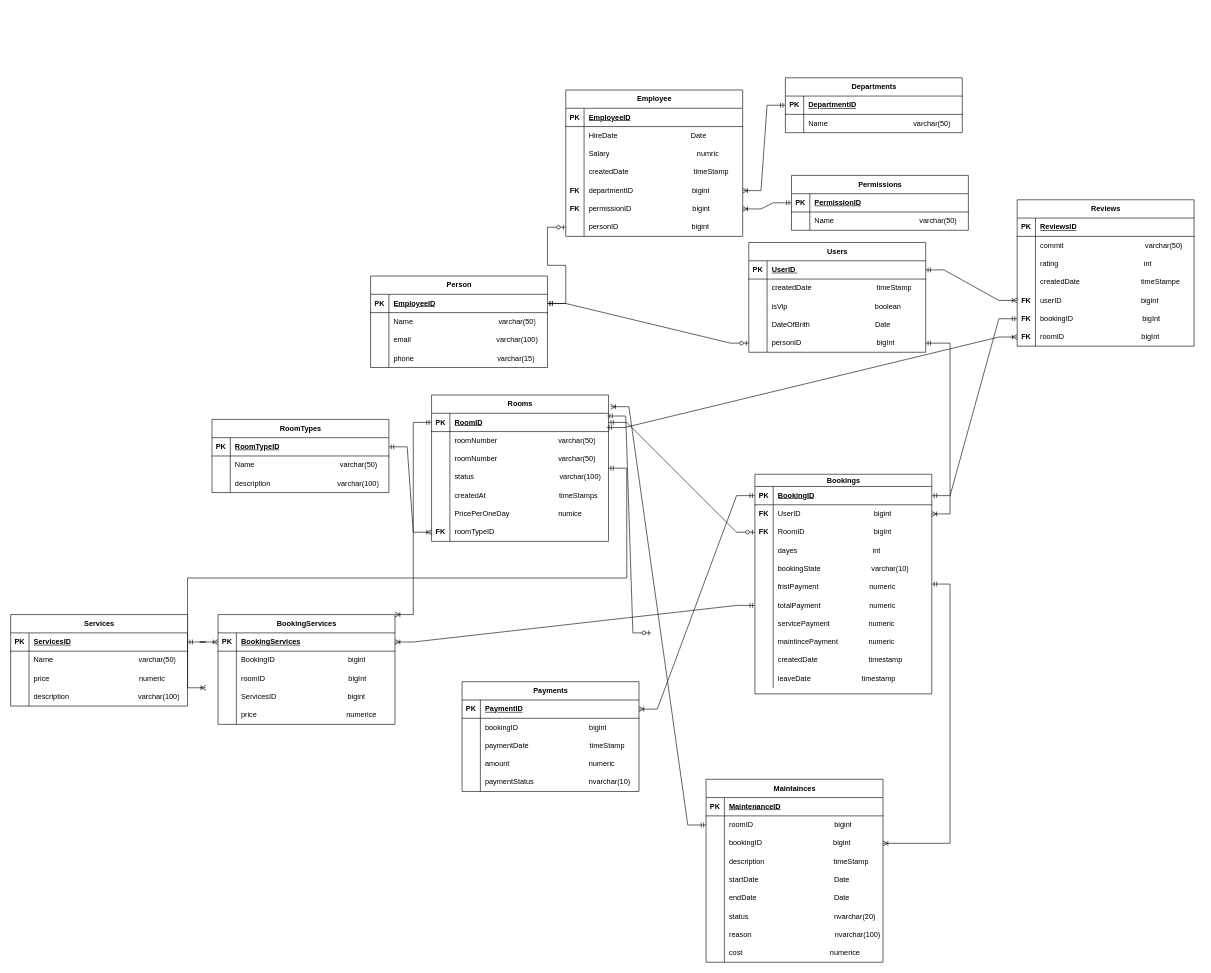
Earlier version of the draw.io diagram hote_design_erd.drawio (Abdullah2100/full_stack_hotel). Source tidied: cells renumbered, new cells numbered last; positions are measured from the earlier drawing's top-left corner, leaving out a move shared by most shapes. Both pictures are drawn from the tidied source at 61%, with x=0, y=0 at pixel (10, 77).
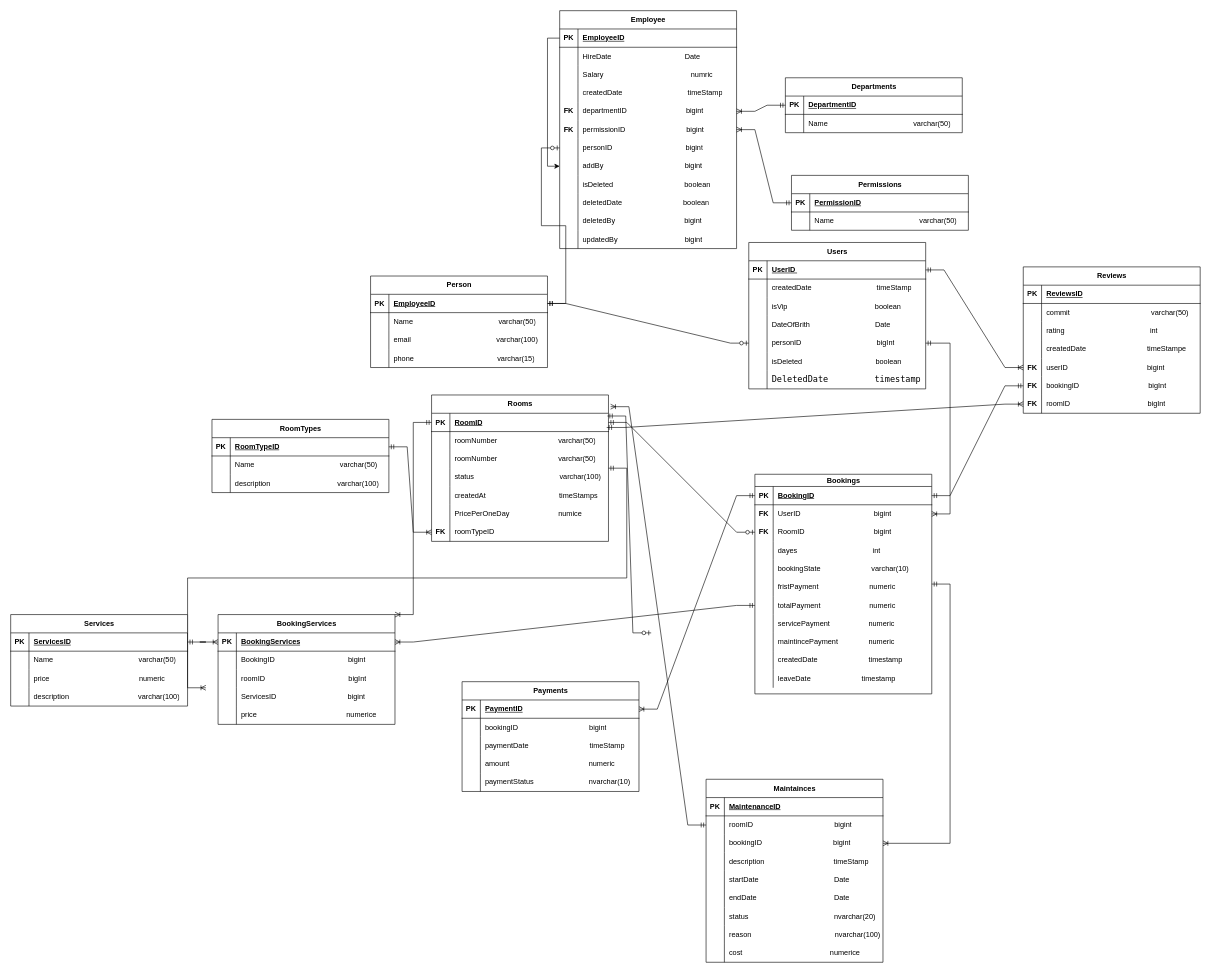
The same diagram, later.

Commit message (it also covers changes not shown here):
feat: update erd desigin and reorder table in  sql file

The change refers to these unchanged cells:
```xml
<mxCell id="19" style="shape=tableRow;horizontal=0;startSize=0;swimlaneHead=0;swimlaneBody=0;fillColor=none;points=[[0,0.5],[1,0.5]];portConstraint=eastwest;top=0;left=0;right=0;bottom=1;" parent="18" vertex="1">
  <mxGeometry y="30" width="290" height="30" as="geometry" />
</mxCell>
```

The edit, as a diff of the source:
```diff
@@
+    <mxCell id="246" style="edgeStyle=orthogonalEdgeStyle;rounded=0;jettySize=auto;html=1;entryX=0;entryY=0.5;entryDx=0;entryDy=0;" parent="1" edge="1" source="19" target="253">
+      <mxGeometry relative="1" as="geometry" />
+    </mxCell>
     <mxCell id="2" value="Users" style="shape=table;startSize=30;childLayout=tableLayout;rowLines=0;fontStyle=1;align=center;html=1;" parent="1" vertex="1">
-      <mxGeometry x="1210" y="270" width="290" height="180" as="geometry" />
+      <mxGeometry x="1210" y="270" width="290" height="240" as="geometry" />
     </mxCell>
@@
+    <mxCell id="247" style="shape=tableRow;horizontal=0;startSize=0;swimlaneHead=0;swimlaneBody=0;fillColor=none;top=0;left=0;right=0;bottom=0;" parent="2" vertex="1">
+      <mxGeometry y="180" width="290" height="30" as="geometry" />
+    </mxCell>
+    <mxCell id="248" style="shape=partialRectangle;fillColor=none;top=0;left=0;bottom=0;right=0;overflow=hidden;whiteSpace=wrap;html=1;" parent="247" vertex="1">
+      <mxGeometry width="30" height="30" as="geometry" />
+    </mxCell>
+    <mxCell id="249" value="isDeleted&amp;nbsp; &amp;nbsp; &amp;nbsp; &amp;nbsp; &amp;nbsp; &amp;nbsp; &amp;nbsp; &amp;nbsp; &amp;nbsp; &amp;nbsp; &amp;nbsp; &amp;nbsp; &amp;nbsp; &amp;nbsp; &amp;nbsp; &amp;nbsp; &amp;nbsp; &amp;nbsp; boolean" style="shape=partialRectangle;fillColor=none;top=0;left=0;bottom=0;right=0;align=left;spacingLeft=6;overflow=hidden;whiteSpace=wrap;html=1;" parent="247" vertex="1">
+      <mxGeometry x="30" width="260" height="30" as="geometry" />
+    </mxCell>
+    <mxCell id="250" style="shape=tableRow;horizontal=0;startSize=0;swimlaneHead=0;swimlaneBody=0;fillColor=none;top=0;left=0;right=0;bottom=0;" parent="2" vertex="1">
+      <mxGeometry y="210" width="290" height="30" as="geometry" />
+    </mxCell>
+    <mxCell id="251" style="shape=partialRectangle;fillColor=none;top=0;left=0;bottom=0;right=0;overflow=hidden;whiteSpace=wrap;html=1;" parent="250" vertex="1">
+      <mxGeometry width="30" height="30" as="geometry" />
+    </mxCell>
+    <mxCell id="252" value="&lt;div style=&quot;font-family: &amp;quot;Droid Sans Mono&amp;quot;, &amp;quot;monospace&amp;quot;, monospace; font-weight: normal; font-size: 14px; line-height: 19px; white-space: pre;&quot;&gt;&lt;div style=&quot;&quot;&gt;&lt;span style=&quot;background-color: rgb(255, 255, 255);&quot;&gt;DeletedDate         timestamp&lt;/span&gt;&lt;/div&gt;&lt;/div&gt;" style="shape=partialRectangle;fillColor=none;top=0;left=0;bottom=0;right=0;align=left;spacingLeft=6;overflow=hidden;whiteSpace=wrap;html=1;" parent="250" vertex="1">
+      <mxGeometry x="30" width="260" height="30" as="geometry" />
+    </mxCell>
     <mxCell id="18" value="Employee" style="shape=table;startSize=30;childLayout=tableLayout;rowLines=0;fontStyle=1;align=center;html=1;" parent="1" vertex="1">
-      <mxGeometry x="910" y="20" width="290" height="240" as="geometry" />
+      <mxGeometry x="900" y="-110" width="290" height="390" as="geometry" />
     </mxCell>
@@
+    <mxCell id="253" style="shape=tableRow;horizontal=0;startSize=0;swimlaneHead=0;swimlaneBody=0;fillColor=none;points=[[0,0.5],[1,0.5]];portConstraint=eastwest;top=0;left=0;right=0;bottom=0;" parent="18" vertex="1">
+      <mxGeometry y="240" width="290" height="30" as="geometry" />
+    </mxCell>
+    <mxCell id="254" style="shape=partialRectangle;fillColor=none;top=0;left=0;bottom=0;right=0;overflow=hidden;whiteSpace=wrap;html=1;" parent="253" vertex="1">
+      <mxGeometry width="30" height="30" as="geometry" />
+    </mxCell>
+    <mxCell id="255" value="addBy&amp;nbsp; &amp;nbsp; &amp;nbsp; &amp;nbsp; &amp;nbsp; &amp;nbsp; &amp;nbsp; &amp;nbsp; &amp;nbsp; &amp;nbsp; &amp;nbsp; &amp;nbsp; &amp;nbsp; &amp;nbsp; &amp;nbsp; &amp;nbsp; &amp;nbsp; &amp;nbsp; &amp;nbsp; &amp;nbsp; bigint" style="shape=partialRectangle;fillColor=none;top=0;left=0;bottom=0;right=0;align=left;spacingLeft=6;overflow=hidden;whiteSpace=wrap;html=1;" parent="253" vertex="1">
+      <mxGeometry x="30" width="260" height="30" as="geometry" />
+    </mxCell>
+    <mxCell id="256" style="shape=tableRow;horizontal=0;startSize=0;swimlaneHead=0;swimlaneBody=0;fillColor=none;top=0;left=0;right=0;bottom=0;" parent="18" vertex="1">
+      <mxGeometry y="270" width="290" height="30" as="geometry" />
+    </mxCell>
+    <mxCell id="257" style="shape=partialRectangle;fillColor=none;top=0;left=0;bottom=0;right=0;overflow=hidden;whiteSpace=wrap;html=1;" parent="256" vertex="1">
+      <mxGeometry width="30" height="30" as="geometry" />
+    </mxCell>
+    <mxCell id="258" value="isDeleted&amp;nbsp; &amp;nbsp; &amp;nbsp; &amp;nbsp; &amp;nbsp; &amp;nbsp; &amp;nbsp; &amp;nbsp; &amp;nbsp; &amp;nbsp; &amp;nbsp; &amp;nbsp; &amp;nbsp; &amp;nbsp; &amp;nbsp; &amp;nbsp; &amp;nbsp; &amp;nbsp;boolean" style="shape=partialRectangle;fillColor=none;top=0;left=0;bottom=0;right=0;align=left;spacingLeft=6;overflow=hidden;whiteSpace=wrap;html=1;" parent="256" vertex="1">
+      <mxGeometry x="30" width="260" height="30" as="geometry" />
+    </mxCell>
+    <mxCell id="259" style="shape=tableRow;horizontal=0;startSize=0;swimlaneHead=0;swimlaneBody=0;fillColor=none;top=0;left=0;right=0;bottom=0;" parent="18" vertex="1">
+      <mxGeometry y="300" width="290" height="30" as="geometry" />
+    </mxCell>
+    <mxCell id="260" style="shape=partialRectangle;fillColor=none;top=0;left=0;bottom=0;right=0;overflow=hidden;whiteSpace=wrap;html=1;" parent="259" vertex="1">
+      <mxGeometry width="30" height="30" as="geometry" />
+    </mxCell>
+    <mxCell id="261" value="deletedDate&amp;nbsp; &amp;nbsp; &amp;nbsp; &amp;nbsp; &amp;nbsp; &amp;nbsp; &amp;nbsp; &amp;nbsp; &amp;nbsp; &amp;nbsp; &amp;nbsp; &amp;nbsp; &amp;nbsp; &amp;nbsp; &amp;nbsp; boolean" style="shape=partialRectangle;fillColor=none;top=0;left=0;bottom=0;right=0;align=left;spacingLeft=6;overflow=hidden;whiteSpace=wrap;html=1;" parent="259" vertex="1">
+      <mxGeometry x="30" width="260" height="30" as="geometry" />
+    </mxCell>
+    <mxCell id="262" style="shape=tableRow;horizontal=0;startSize=0;swimlaneHead=0;swimlaneBody=0;fillColor=none;top=0;left=0;right=0;bottom=0;" parent="18" vertex="1">
+      <mxGeometry y="330" width="290" height="30" as="geometry" />
+    </mxCell>
+    <mxCell id="263" style="shape=partialRectangle;fillColor=none;top=0;left=0;bottom=0;right=0;overflow=hidden;whiteSpace=wrap;html=1;" parent="262" vertex="1">
+      <mxGeometry width="30" height="30" as="geometry" />
+    </mxCell>
+    <mxCell id="264" value="deletedBy&amp;nbsp; &amp;nbsp; &amp;nbsp; &amp;nbsp; &amp;nbsp; &amp;nbsp; &amp;nbsp; &amp;nbsp; &amp;nbsp; &amp;nbsp; &amp;nbsp; &amp;nbsp; &amp;nbsp; &amp;nbsp; &amp;nbsp; &amp;nbsp; &amp;nbsp; bigint" style="shape=partialRectangle;fillColor=none;top=0;left=0;bottom=0;right=0;align=left;spacingLeft=6;overflow=hidden;whiteSpace=wrap;html=1;" parent="262" vertex="1">
+      <mxGeometry x="30" width="260" height="30" as="geometry" />
+    </mxCell>
+    <mxCell id="265" style="shape=tableRow;horizontal=0;startSize=0;swimlaneHead=0;swimlaneBody=0;fillColor=none;top=0;left=0;right=0;bottom=0;" parent="18" vertex="1">
+      <mxGeometry y="360" width="290" height="30" as="geometry" />
+    </mxCell>
+    <mxCell id="266" style="shape=partialRectangle;fillColor=none;top=0;left=0;bottom=0;right=0;overflow=hidden;whiteSpace=wrap;html=1;" parent="265" vertex="1">
+      <mxGeometry width="30" height="30" as="geometry" />
+    </mxCell>
+    <mxCell id="267" value="updatedBy&amp;nbsp; &amp;nbsp; &amp;nbsp; &amp;nbsp; &amp;nbsp; &amp;nbsp; &amp;nbsp; &amp;nbsp; &amp;nbsp; &amp;nbsp; &amp;nbsp; &amp;nbsp; &amp;nbsp; &amp;nbsp; &amp;nbsp; &amp;nbsp; &amp;nbsp;bigint" style="shape=partialRectangle;fillColor=none;top=0;left=0;bottom=0;right=0;align=left;spacingLeft=6;overflow=hidden;whiteSpace=wrap;html=1;" parent="265" vertex="1">
+      <mxGeometry x="30" width="260" height="30" as="geometry" />
+    </mxCell>
@@
     <mxCell id="139" value="Reviews" style="shape=table;startSize=30;childLayout=tableLayout;rowLines=0;fontStyle=1;align=center;html=1;" parent="1" vertex="1">
-      <mxGeometry x="1650" y="200" width="290" height="240" as="geometry" />
+      <mxGeometry x="1660" y="310" width="290" height="240" as="geometry" />
     </mxCell>
```
